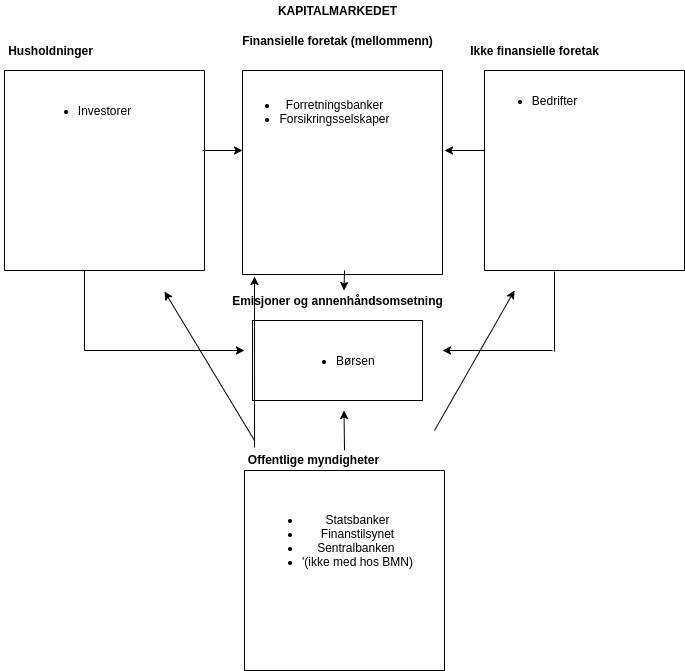
Before: drawio/finansiering.png, a diagram exported from draw.io (joernih/SFB30820Finansteori). Source tidied: cells renumbered, new cells last; positions are measured from the earlier drawing's top-left corner, leaving out a move shared by most shapes.
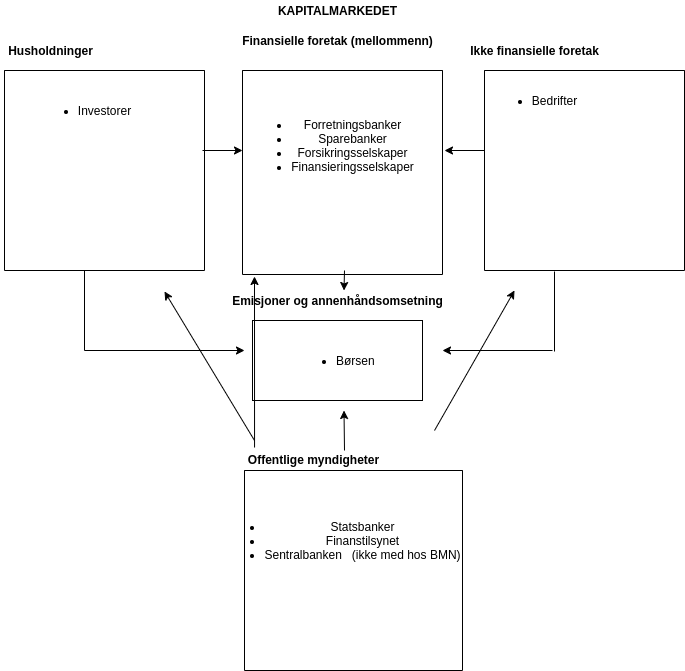
Above is the later version.

The edit, as a diff of the source:
```diff
@@ -5,8 +5,8 @@
     <mxCell id="2" style="swimlane;startSize=0;" parent="1" vertex="1">
       <mxGeometry x="242" y="70" width="200" height="204" as="geometry" />
     </mxCell>
-    <mxCell id="3" value="&lt;ul&gt;&lt;li&gt;Forretningsbanker&lt;/li&gt;&lt;li&gt;Forsikringsselskaper&lt;/li&gt;&lt;/ul&gt;" style="text;html=1;align=center;verticalAlign=middle;strokeColor=none;" parent="2" vertex="1">
-      <mxGeometry x="-13" y="11" width="170" height="60" as="geometry" />
+    <mxCell id="3" value="&lt;ul&gt;&lt;li&gt;Forretningsbanker&lt;/li&gt;&lt;li&gt;Sparebanker&lt;/li&gt;&lt;li&gt;Forsikringsselskaper&lt;/li&gt;&lt;li&gt;Finansieringsselskaper&lt;/li&gt;&lt;/ul&gt;" style="text;html=1;align=center;verticalAlign=middle;strokeColor=none;" parent="2" vertex="1">
+      <mxGeometry y="30" width="180" height="90" as="geometry" />
     </mxCell>
     <mxCell id="4" style="endArrow=classic;html=1;" parent="2" edge="1">
       <mxGeometry relative="1" as="geometry">
@@ -24,10 +24,10 @@
       <mxGeometry x="484" y="70" width="200" height="200" as="geometry" />
     </mxCell>
     <mxCell id="8" style="swimlane;startSize=0;" parent="1" vertex="1">
-      <mxGeometry x="244" y="470" width="200" height="200" as="geometry" />
+      <mxGeometry x="244" y="470" width="218" height="200" as="geometry" />
     </mxCell>
-    <mxCell id="9" value="&lt;ul&gt;&lt;li&gt;Statsbanker&lt;/li&gt;&lt;li&gt;Finanstilsynet&lt;/li&gt;&lt;li&gt;Sentralbanken&amp;nbsp;&lt;/li&gt;&lt;li&gt;'(ikke med hos BMN)&lt;/li&gt;&lt;/ul&gt;" style="text;html=1;align=center;verticalAlign=middle;strokeColor=none;" parent="8" vertex="1">
-      <mxGeometry x="8" y="24.5" width="170" height="90" as="geometry" />
+    <mxCell id="9" value="&lt;ul&gt;&lt;li&gt;Statsbanker&lt;/li&gt;&lt;li&gt;Finanstilsynet&lt;/li&gt;&lt;li&gt;Sentralbanken&amp;nbsp; &amp;nbsp;(ikke med hos BMN)&lt;/li&gt;&lt;/ul&gt;" style="text;html=1;align=center;verticalAlign=middle;strokeColor=none;" parent="8" vertex="1">
+      <mxGeometry x="-27" y="35" width="250" height="70" as="geometry" />
     </mxCell>
     <mxCell id="10" value="Husholdninger" style="text;html=1;align=center;verticalAlign=middle;strokeColor=none;fontStyle=1;" parent="1" vertex="1">
       <mxGeometry y="40" width="100" height="20" as="geometry" />
```
